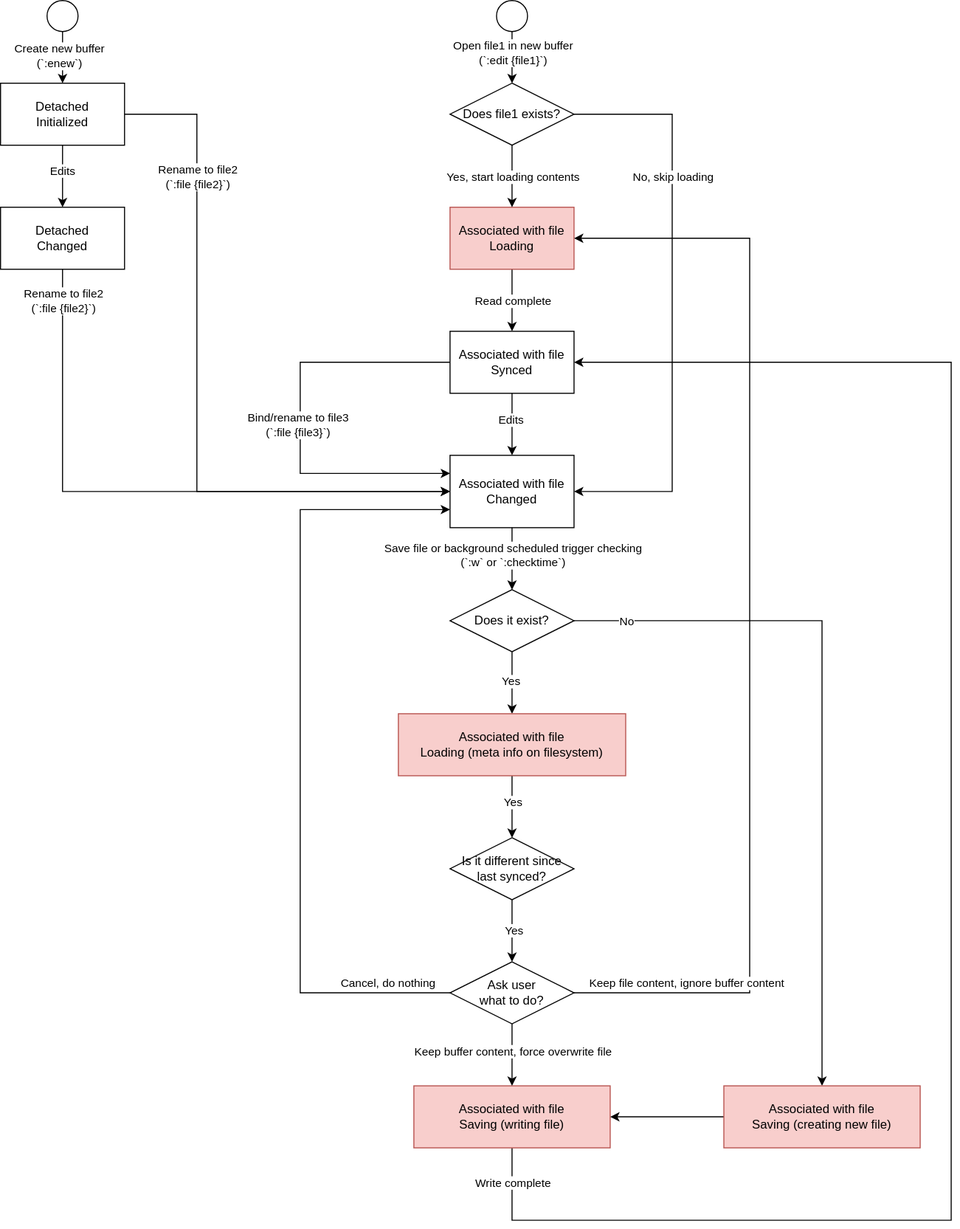
Earlier version of the draw.io export images/4-WindowsAndBuffers-1-FileBuffer.1.drawio.svg (rsvim/rfc). Source tidied: cells renumbered, new cells last; positions are measured from the earlier drawing's top-left corner, leaving out a move shared by most shapes.
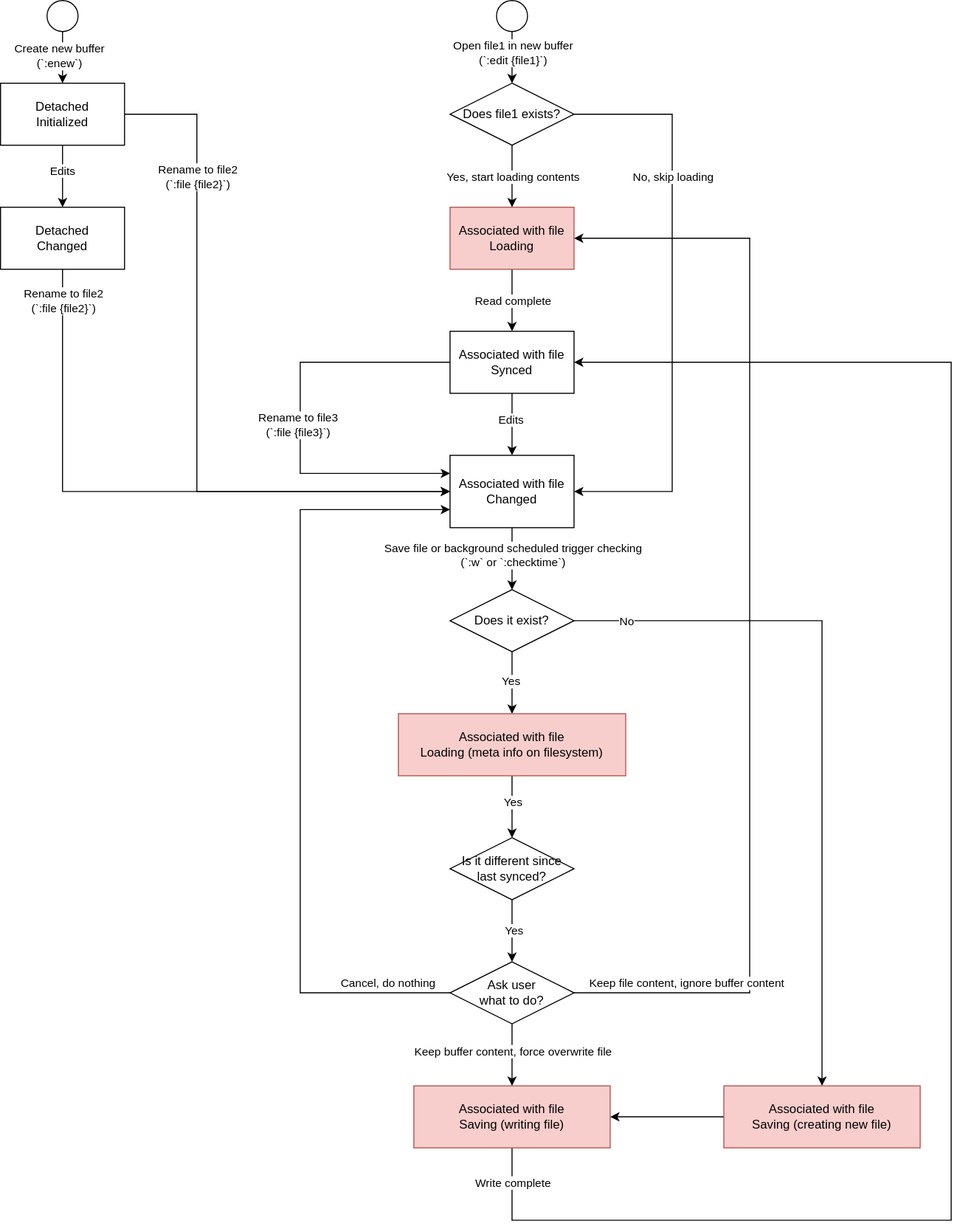
The same diagram one commit later.

What changed in the source:
```diff
@@ -49,7 +49,7 @@
         </Array>
       </mxGeometry>
     </mxCell>
-    <mxCell id="13" value="Bind/rename to file3&lt;br&gt;(`:file {file3}`)" style="edgeLabel;html=1;align=center;verticalAlign=middle;" parent="12" vertex="1">
+    <mxCell id="13" value="Rename to file3&lt;br&gt;(`:file {file3}`)" style="edgeLabel;html=1;align=center;verticalAlign=middle;" parent="12" vertex="1">
       <mxGeometry x="0.16" y="-4" relative="1" as="geometry">
         <mxPoint x="1" y="-25" as="offset" />
       </mxGeometry>
```
